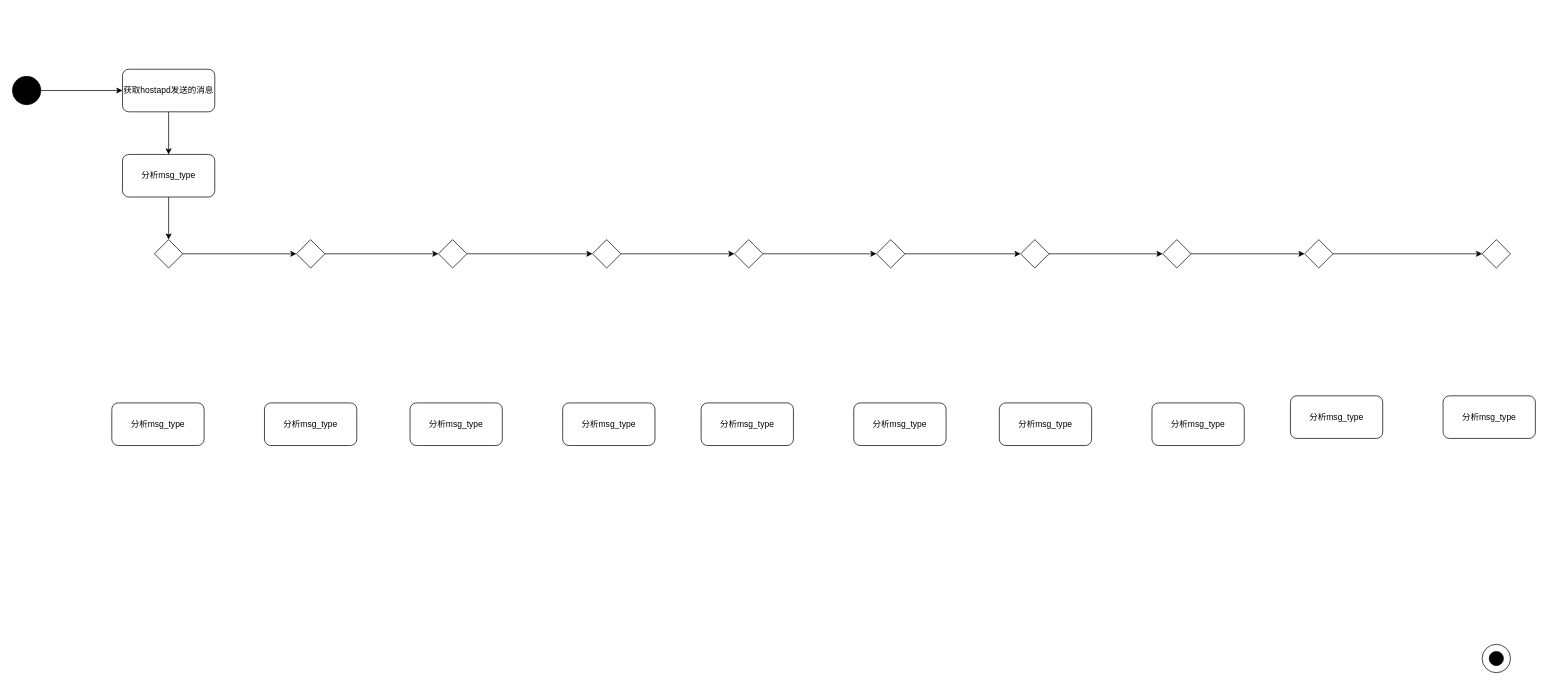
This is 未命名绘图.drawio from PATORITU/PATORITU, a draw.io file, before an edit. Source tidied: cells renumbered, new cells numbered last; positions are measured from the earlier drawing's top-left corner, leaving out a move shared by most shapes. Both pictures are drawn from the tidied source at 71%, with x=0, y=0 at pixel (12, 69).
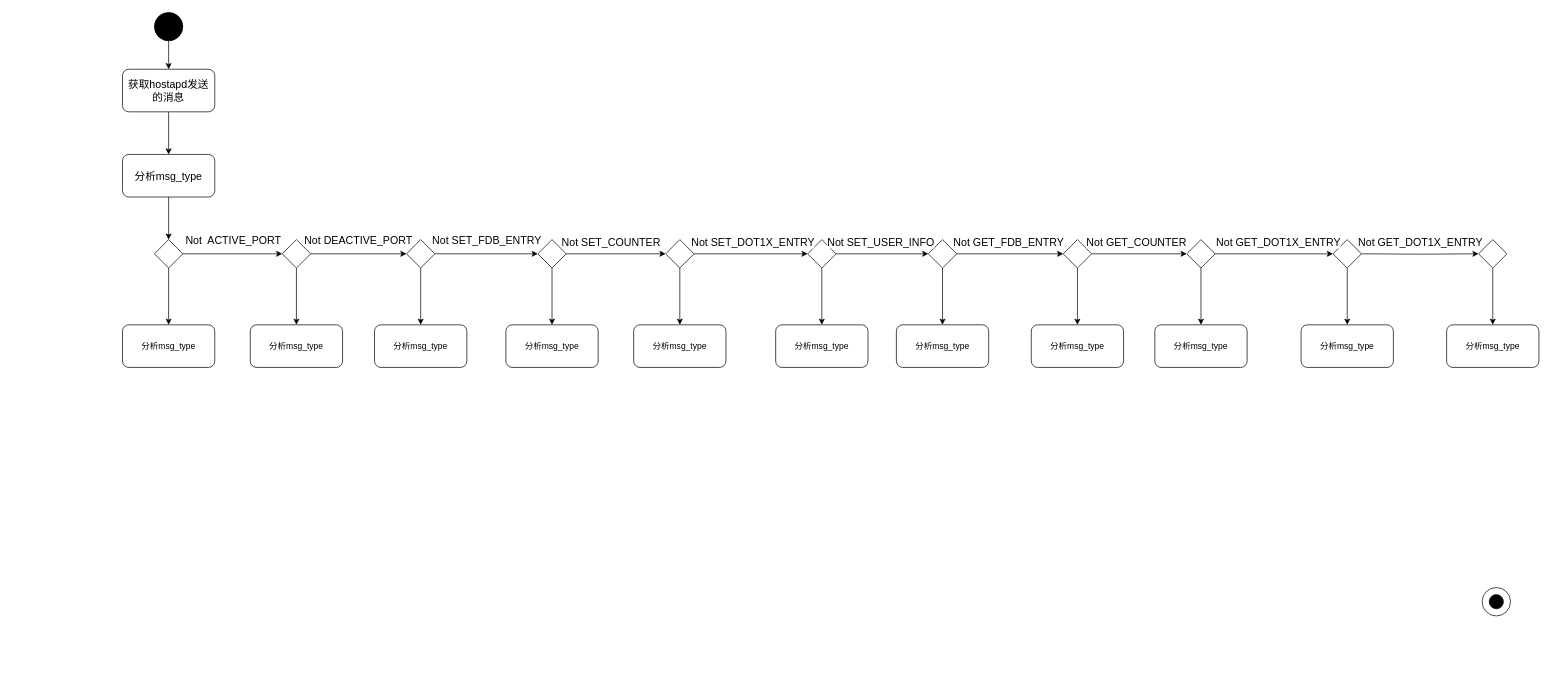
The same diagram, later.

Commit message:
更新未命名绘图.drawio

Unchanged cells that the change refers to:
```xml
<mxCell id="6" style="edgeStyle=orthogonalEdgeStyle;rounded=0;jettySize=auto;html=1;exitX=1;exitY=0.5;exitDx=0;exitDy=0;entryX=0;entryY=0.5;entryDx=0;entryDy=0;" parent="1" edge="1" source="7" target="9">
  <mxGeometry relative="1" as="geometry" />
</mxCell>
<mxCell id="8" style="edgeStyle=orthogonalEdgeStyle;rounded=0;jettySize=auto;html=1;exitX=1;exitY=0.5;exitDx=0;exitDy=0;entryX=0;entryY=0.5;entryDx=0;entryDy=0;" parent="1" edge="1" source="9" target="20">
  <mxGeometry relative="1" as="geometry" />
</mxCell>
<mxCell id="10" style="edgeStyle=orthogonalEdgeStyle;rounded=0;jettySize=auto;html=1;exitX=1;exitY=0.5;exitDx=0;exitDy=0;entryX=0;entryY=0.5;entryDx=0;entryDy=0;" parent="1" edge="1" source="11" target="7">
  <mxGeometry relative="1" as="geometry" />
</mxCell>
<mxCell id="11" style="rhombus;whiteSpace=wrap;html=1;flipH=1;flipV=1;" parent="1" vertex="1">
  <mxGeometry x="200" y="240" width="40" height="40" as="geometry" />
</mxCell>
```

The edit, as a diff of the source:
```diff
@@
     <mxCell id="2" style="ellipse;whiteSpace=wrap;html=1;" parent="1" vertex="1">
-      <mxGeometry x="2070" y="810" width="40" height="40" as="geometry" />
+      <mxGeometry x="2070" y="730" width="40" height="40" as="geometry" />
     </mxCell>
     <mxCell id="3" style="ellipse;whiteSpace=wrap;html=1;fillColor=#000000;" parent="1" vertex="1">
-      <mxGeometry x="2080" y="820" width="20" height="20" as="geometry" />
+      <mxGeometry x="2080" y="740" width="20" height="20" as="geometry" />
     </mxCell>
+    <mxCell id="14" style="edgeStyle=orthogonalEdgeStyle;rounded=0;jettySize=auto;html=1;exitX=0.5;exitY=1;exitDx=0;exitDy=0;" parent="1" edge="1" source="4" target="5">
+      <mxGeometry relative="1" as="geometry" />
+    </mxCell>
     <mxCell id="4" style="ellipse;whiteSpace=wrap;html=1;fillColor=#000000;" parent="1" vertex="1">
-      <mxGeometry y="10" width="40" height="40" as="geometry" />
+      <mxGeometry x="200" y="-80" width="40" height="40" as="geometry" />
     </mxCell>
-    <mxCell id="5" value="获取hostapd发送的消息" style="rounded=1;whiteSpace=wrap;html=1;" parent="1" vertex="1">
+    <mxCell id="5" value="&lt;font style=&quot;font-size: 15px;&quot;&gt;获取hostapd发送的消息&lt;/font&gt;" style="rounded=1;whiteSpace=wrap;html=1;" parent="1" vertex="1">
       <mxGeometry x="155" width="130" height="60" as="geometry" />
     </mxCell>
@@
+    <mxCell id="39" value="Not DEACTIVE_PORT" style="edgeLabel;html=1;align=center;verticalAlign=middle;fontSize=15;" parent="6" vertex="1">
+      <mxGeometry x="-0.02" y="2" relative="1" as="geometry">
+        <mxPoint y="-18" as="offset" />
+      </mxGeometry>
+    </mxCell>
+    <mxCell id="40" style="edgeStyle=orthogonalEdgeStyle;rounded=0;jettySize=auto;html=1;exitX=0.5;exitY=1;exitDx=0;exitDy=0;entryX=0.5;entryY=0;entryDx=0;entryDy=0;" parent="1" edge="1" source="7" target="30">
+      <mxGeometry relative="1" as="geometry" />
+    </mxCell>
     <mxCell id="7" style="rhombus;whiteSpace=wrap;html=1;flipH=1;flipV=1;" parent="1" vertex="1">
-      <mxGeometry x="400" y="240" width="40" height="40" as="geometry" />
+      <mxGeometry x="380" y="240" width="40" height="40" as="geometry" />
     </mxCell>
@@
+    <mxCell id="41" value="Not SET_FDB_ENTRY" style="edgeLabel;html=1;align=center;verticalAlign=middle;fontSize=15;" parent="8" vertex="1">
+      <mxGeometry x="-0.44" relative="1" as="geometry">
+        <mxPoint x="31" y="-20" as="offset" />
+      </mxGeometry>
+    </mxCell>
     <mxCell id="9" style="rhombus;whiteSpace=wrap;html=1;flipH=1;flipV=1;" parent="1" vertex="1">
-      <mxGeometry x="600" y="240" width="40" height="40" as="geometry" />
+      <mxGeometry x="555" y="240" width="40" height="40" as="geometry" />
     </mxCell>
@@
+    <mxCell id="42" value="Not&amp;nbsp; ACTIVE_PORT" style="edgeLabel;html=1;align=center;verticalAlign=middle;fontSize=15;" parent="10" vertex="1">
+      <mxGeometry x="-0.44" y="2" relative="1" as="geometry">
+        <mxPoint x="31" y="-18" as="offset" />
+      </mxGeometry>
+    </mxCell>
@@
-    <mxCell id="13" value="分析msg_type" style="rounded=1;whiteSpace=wrap;html=1;" parent="1" vertex="1">
+    <mxCell id="13" value="&lt;font style=&quot;font-size: 15px;&quot;&gt;分析msg_type&lt;/font&gt;" style="rounded=1;whiteSpace=wrap;html=1;" parent="1" vertex="1">
       <mxGeometry x="155" y="120" width="130" height="60" as="geometry" />
     </mxCell>
-    <mxCell id="14" style="endArrow=classic;html=1;rounded=0;exitX=1;exitY=0.5;exitDx=0;exitDy=0;entryX=0;entryY=0.5;entryDx=0;entryDy=0;" parent="1" edge="1" source="4" target="5">
-      <mxGeometry relative="1" as="geometry" />
-    </mxCell>
@@
+    <mxCell id="43" style="edgeStyle=orthogonalEdgeStyle;rounded=0;jettySize=auto;html=1;exitX=0.5;exitY=1;exitDx=0;exitDy=0;entryX=0.5;entryY=0;entryDx=0;entryDy=0;" parent="1" edge="1" source="17" target="33">
+      <mxGeometry relative="1" as="geometry" />
+    </mxCell>
     <mxCell id="17" style="rhombus;whiteSpace=wrap;html=1;flipH=1;flipV=1;" parent="1" vertex="1">
-      <mxGeometry x="1017" y="240" width="40" height="40" as="geometry" />
+      <mxGeometry x="920" y="240" width="40" height="40" as="geometry" />
     </mxCell>
@@
+    <mxCell id="44" style="edgeStyle=orthogonalEdgeStyle;rounded=0;jettySize=auto;html=1;exitX=0.5;exitY=1;exitDx=0;exitDy=0;entryX=0.5;entryY=0;entryDx=0;entryDy=0;" parent="1" edge="1" source="19" target="34">
+      <mxGeometry relative="1" as="geometry" />
+    </mxCell>
     <mxCell id="19" style="rhombus;whiteSpace=wrap;html=1;flipH=1;flipV=1;" parent="1" vertex="1">
-      <mxGeometry x="1217" y="240" width="40" height="40" as="geometry" />
+      <mxGeometry x="1120" y="240" width="40" height="40" as="geometry" />
     </mxCell>
+    <mxCell id="45" style="edgeStyle=orthogonalEdgeStyle;rounded=0;jettySize=auto;html=1;exitX=0.5;exitY=1;exitDx=0;exitDy=0;" parent="1" edge="1" source="20" target="32">
+      <mxGeometry relative="1" as="geometry" />
+    </mxCell>
     <mxCell id="20" style="rhombus;whiteSpace=wrap;html=1;flipH=1;flipV=1;" parent="1" vertex="1">
-      <mxGeometry x="817" y="240" width="40" height="40" as="geometry" />
+      <mxGeometry x="740" y="240" width="40" height="40" as="geometry" />
     </mxCell>
@@
+    <mxCell id="46" style="edgeStyle=orthogonalEdgeStyle;rounded=0;jettySize=auto;html=1;exitX=0.5;exitY=1;exitDx=0;exitDy=0;entryX=0.5;entryY=0;entryDx=0;entryDy=0;" parent="1" edge="1" source="23" target="36">
+      <mxGeometry relative="1" as="geometry" />
+    </mxCell>
     <mxCell id="23" style="rhombus;whiteSpace=wrap;html=1;flipH=1;flipV=1;" parent="1" vertex="1">
-      <mxGeometry x="1620" y="240" width="40" height="40" as="geometry" />
+      <mxGeometry x="1480" y="240" width="40" height="40" as="geometry" />
     </mxCell>
@@
+    <mxCell id="47" style="edgeStyle=orthogonalEdgeStyle;rounded=0;jettySize=auto;html=1;exitX=0.5;exitY=1;exitDx=0;exitDy=0;entryX=0.5;entryY=0;entryDx=0;entryDy=0;" parent="1" edge="1" source="25" target="37">
+      <mxGeometry relative="1" as="geometry" />
+    </mxCell>
     <mxCell id="25" style="rhombus;whiteSpace=wrap;html=1;flipH=0;flipV=1;" parent="1" vertex="1">
-      <mxGeometry x="1820" y="240" width="40" height="40" as="geometry" />
+      <mxGeometry x="1654" y="240" width="40" height="40" as="geometry" />
     </mxCell>
@@
+    <mxCell id="48" style="edgeStyle=orthogonalEdgeStyle;rounded=0;jettySize=auto;html=1;exitX=0.5;exitY=1;exitDx=0;exitDy=0;entryX=0.5;entryY=0;entryDx=0;entryDy=0;" parent="1" edge="1" source="27" target="35">
+      <mxGeometry relative="1" as="geometry" />
+    </mxCell>
     <mxCell id="27" style="rhombus;whiteSpace=wrap;html=1;flipH=1;flipV=1;" parent="1" vertex="1">
-      <mxGeometry x="1420" y="240" width="40" height="40" as="geometry" />
+      <mxGeometry x="1290" y="240" width="40" height="40" as="geometry" />
     </mxCell>
+    <mxCell id="49" style="edgeStyle=orthogonalEdgeStyle;rounded=0;jettySize=auto;html=1;exitX=0.5;exitY=1;exitDx=0;exitDy=0;entryX=0.5;entryY=0;entryDx=0;entryDy=0;" parent="1" edge="1" source="28" target="38">
+      <mxGeometry relative="1" as="geometry" />
+    </mxCell>
     <mxCell id="28" style="rhombus;whiteSpace=wrap;html=1;flipH=0;flipV=1;" parent="1" vertex="1">
-      <mxGeometry x="2070" y="240" width="40" height="40" as="geometry" />
+      <mxGeometry x="1860" y="240" width="40" height="40" as="geometry" />
     </mxCell>
     <mxCell id="29" value="分析msg_type" style="rounded=1;whiteSpace=wrap;html=1;" parent="1" vertex="1">
-      <mxGeometry x="140" y="470" width="130" height="60" as="geometry" />
+      <mxGeometry x="155" y="360" width="130" height="60" as="geometry" />
     </mxCell>
     <mxCell id="30" value="分析msg_type" style="rounded=1;whiteSpace=wrap;html=1;" parent="1" vertex="1">
-      <mxGeometry x="355" y="470" width="130" height="60" as="geometry" />
+      <mxGeometry x="335" y="360" width="130" height="60" as="geometry" />
     </mxCell>
     <mxCell id="31" value="分析msg_type" style="rounded=1;whiteSpace=wrap;html=1;" parent="1" vertex="1">
-      <mxGeometry x="560" y="470" width="130" height="60" as="geometry" />
+      <mxGeometry x="510" y="360" width="130" height="60" as="geometry" />
     </mxCell>
     <mxCell id="32" value="分析msg_type" style="rounded=1;whiteSpace=wrap;html=1;" parent="1" vertex="1">
-      <mxGeometry x="775" y="470" width="130" height="60" as="geometry" />
+      <mxGeometry x="695" y="360" width="130" height="60" as="geometry" />
     </mxCell>
     <mxCell id="33" value="分析msg_type" style="rounded=1;whiteSpace=wrap;html=1;" parent="1" vertex="1">
-      <mxGeometry x="970" y="470" width="130" height="60" as="geometry" />
+      <mxGeometry x="875" y="360" width="130" height="60" as="geometry" />
     </mxCell>
     <mxCell id="34" value="分析msg_type" style="rounded=1;whiteSpace=wrap;html=1;" parent="1" vertex="1">
-      <mxGeometry x="1185" y="470" width="130" height="60" as="geometry" />
+      <mxGeometry x="1075" y="360" width="130" height="60" as="geometry" />
     </mxCell>
     <mxCell id="35" value="分析msg_type" style="rounded=1;whiteSpace=wrap;html=1;" parent="1" vertex="1">
-      <mxGeometry x="1390" y="470" width="130" height="60" as="geometry" />
+      <mxGeometry x="1245" y="360" width="130" height="60" as="geometry" />
     </mxCell>
     <mxCell id="36" value="分析msg_type" style="rounded=1;whiteSpace=wrap;html=1;" parent="1" vertex="1">
-      <mxGeometry x="1605" y="470" width="130" height="60" as="geometry" />
+      <mxGeometry x="1435" y="360" width="130" height="60" as="geometry" />
     </mxCell>
     <mxCell id="37" value="分析msg_type" style="rounded=1;whiteSpace=wrap;html=1;" parent="1" vertex="1">
-      <mxGeometry x="1800" y="460" width="130" height="60" as="geometry" />
+      <mxGeometry x="1609" y="360" width="130" height="60" as="geometry" />
     </mxCell>
     <mxCell id="38" value="分析msg_type" style="rounded=1;whiteSpace=wrap;html=1;" parent="1" vertex="1">
-      <mxGeometry x="2015" y="460" width="130" height="60" as="geometry" />
+      <mxGeometry x="1815" y="360" width="130" height="60" as="geometry" />
     </mxCell>
+    <mxCell id="50" value="&lt;font style=&quot;font-size: 15px;&quot;&gt;Not SET_COUNTER&lt;/font&gt;" style="edgeLabel;html=1;align=center;verticalAlign=middle;" parent="1" vertex="1">
+      <mxGeometry x="840" y="220" as="geometry">
+        <mxPoint x="2" y="22" as="offset" />
+      </mxGeometry>
+    </mxCell>
+    <mxCell id="51" value="Not SET_DOT1X_ENTRY" style="edgeLabel;html=1;align=center;verticalAlign=middle;fontSize=15;" parent="1" vertex="1">
+      <mxGeometry x="1040" y="220" as="geometry">
+        <mxPoint x="2" y="22" as="offset" />
+      </mxGeometry>
+    </mxCell>
+    <mxCell id="52" value="Not SET_USER_INFO" style="edgeLabel;html=1;align=center;verticalAlign=middle;fontSize=15;" parent="1" vertex="1">
+      <mxGeometry x="1220" y="220" as="geometry">
+        <mxPoint x="2" y="22" as="offset" />
+      </mxGeometry>
+    </mxCell>
+    <mxCell id="53" value="Not GET_FDB_ENTRY" style="edgeLabel;html=1;align=center;verticalAlign=middle;fontSize=15;" parent="1" vertex="1">
+      <mxGeometry x="1400" y="220" as="geometry">
+        <mxPoint x="2" y="22" as="offset" />
+      </mxGeometry>
+    </mxCell>
+    <mxCell id="54" value="Not GET_COUNTER" style="edgeLabel;html=1;align=center;verticalAlign=middle;fontSize=15;" parent="1" vertex="1">
+      <mxGeometry x="1580" y="220" as="geometry">
+        <mxPoint x="2" y="22" as="offset" />
+      </mxGeometry>
+    </mxCell>
+    <mxCell id="55" value="Not GET_DOT1X_ENTRY" style="edgeLabel;html=1;align=center;verticalAlign=middle;fontSize=15;" parent="1" vertex="1">
+      <mxGeometry x="1780" y="220" as="geometry">
+        <mxPoint x="2" y="22" as="offset" />
+      </mxGeometry>
+    </mxCell>
+    <mxCell id="56" style="endArrow=classic;html=1;rounded=0;exitX=0.5;exitY=1;exitDx=0;exitDy=0;entryX=0.5;entryY=0;entryDx=0;entryDy=0;" parent="1" edge="1" source="11" target="29">
+      <mxGeometry relative="1" as="geometry" />
+    </mxCell>
+    <mxCell id="57" style="endArrow=classic;html=1;rounded=0;exitX=0.5;exitY=1;exitDx=0;exitDy=0;entryX=0.5;entryY=0;entryDx=0;entryDy=0;" parent="1" edge="1" source="9" target="31">
+      <mxGeometry relative="1" as="geometry" />
+    </mxCell>
+    <mxCell id="58" style="edgeStyle=orthogonalEdgeStyle;rounded=0;jettySize=auto;html=1;exitX=1;exitY=0.5;exitDx=0;exitDy=0;entryX=0;entryY=0.5;entryDx=0;entryDy=0;" parent="1" edge="1" target="60">
+      <mxGeometry relative="1" as="geometry">
+        <mxPoint x="1900" y="260" as="sourcePoint" />
+      </mxGeometry>
+    </mxCell>
+    <mxCell id="59" style="edgeStyle=orthogonalEdgeStyle;rounded=0;jettySize=auto;html=1;exitX=0.5;exitY=1;exitDx=0;exitDy=0;entryX=0.5;entryY=0;entryDx=0;entryDy=0;" parent="1" edge="1" source="60" target="61">
+      <mxGeometry relative="1" as="geometry" />
+    </mxCell>
+    <mxCell id="60" style="rhombus;whiteSpace=wrap;html=1;flipH=0;flipV=1;" parent="1" vertex="1">
+      <mxGeometry x="2065" y="240" width="40" height="40" as="geometry" />
+    </mxCell>
+    <mxCell id="61" value="分析msg_type" style="rounded=1;whiteSpace=wrap;html=1;" parent="1" vertex="1">
+      <mxGeometry x="2020" y="360" width="130" height="60" as="geometry" />
+    </mxCell>
+    <mxCell id="62" value="Not GET_DOT1X_ENTRY" style="edgeLabel;html=1;align=center;verticalAlign=middle;fontSize=15;" parent="1" vertex="1">
+      <mxGeometry x="1980" y="220" as="geometry">
+        <mxPoint x="2" y="22" as="offset" />
+      </mxGeometry>
+    </mxCell>
```
